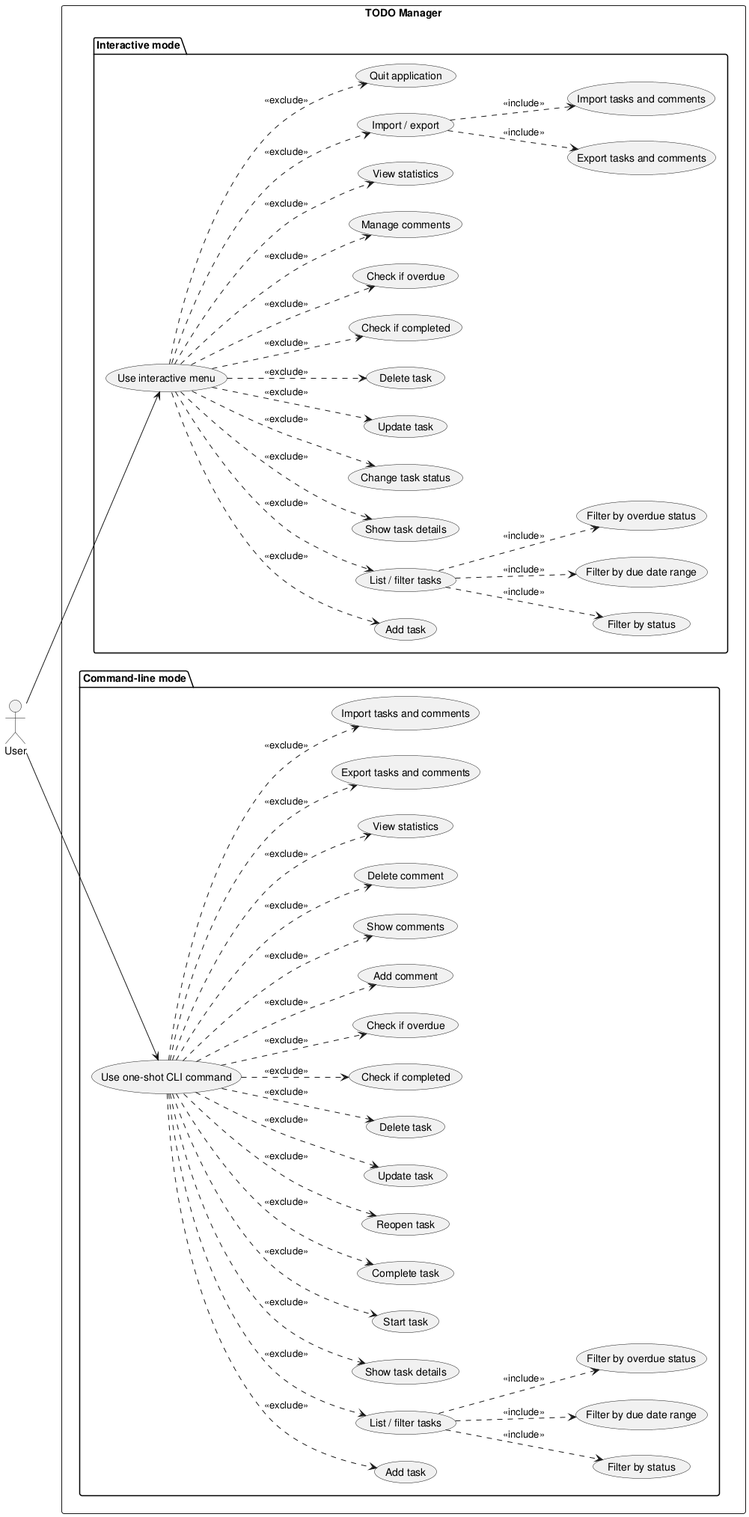
The PlantUML diagram experiments/pipeline/structured_text/TODO/artifacts/use_case_diagram.png in DanielRiha8906/Software_autoevolution_using_agents, before a commit.
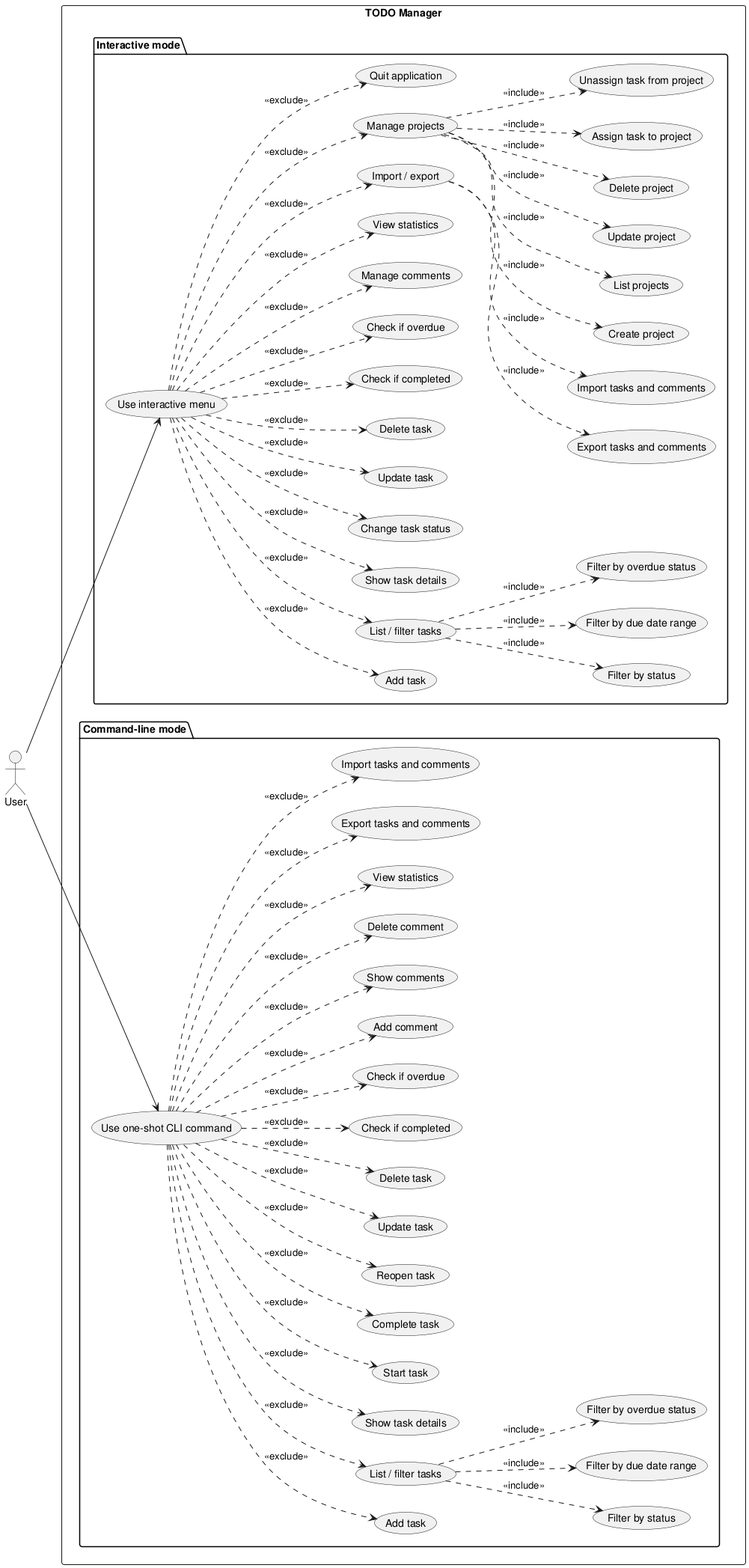
The same file after the commit.

Diff of the diagram source:
```diff
@@ -24,6 +24,13 @@
     usecase "Import / export" as I_IMPORT_EXPORT
     usecase "Export tasks and comments" as I_EXPORT
     usecase "Import tasks and comments" as I_IMPORT
+    usecase "Manage projects" as I_PROJECTS
+    usecase "Create project" as I_CREATE_PROJECT
+    usecase "List projects" as I_LIST_PROJECTS
+    usecase "Update project" as I_UPDATE_PROJECT
+    usecase "Delete project" as I_DELETE_PROJECT
+    usecase "Assign task to project" as I_ASSIGN_TASK
+    usecase "Unassign task from project" as I_UNASSIGN_TASK
     usecase "Quit application" as I_QUIT
   }
 
@@ -70,6 +77,13 @@
 UI ..> I_IMPORT_EXPORT : <<exclude>>
 I_IMPORT_EXPORT ..> I_EXPORT : <<include>>
 I_IMPORT_EXPORT ..> I_IMPORT : <<include>>
+UI ..> I_PROJECTS   : <<exclude>>
+I_PROJECTS ..> I_CREATE_PROJECT : <<include>>
+I_PROJECTS ..> I_LIST_PROJECTS : <<include>>
+I_PROJECTS ..> I_UPDATE_PROJECT : <<include>>
+I_PROJECTS ..> I_DELETE_PROJECT : <<include>>
+I_PROJECTS ..> I_ASSIGN_TASK : <<include>>
+I_PROJECTS ..> I_UNASSIGN_TASK : <<include>>
 UI ..> I_QUIT      : <<exclude>>
 
 CLI ..> C_ADD            : <<exclude>>
```
